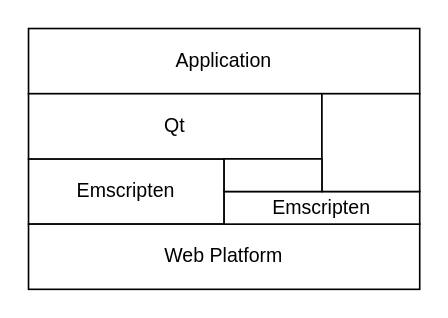
msorvig/blogs keeps this draw.io diagram as slate/qt-wasm-layers.drawio. Above is the earlier version. Source tidied: cells renumbered, new cells numbered last; positions are measured from the earlier drawing's top-left corner, leaving out a move shared by most shapes. Both pictures are drawn from the tidied source at 163%, with x=0, y=0 at pixel (28, 28).
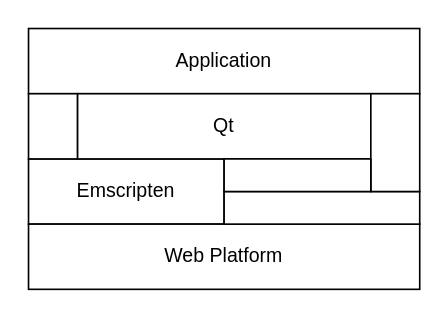
The same page after the edit.

Commit message (it also covers changes not shown here):
update layers diagram and explainer

Change to the diagram source:
```diff
@@
 <mxGraphModel>
   <root>
     <mxCell id="0" />
     <mxCell id="1" parent="0" />
     <mxCell id="2" value="Application" style="rounded=0;whiteSpace=wrap;html=1;" parent="1" vertex="1">
       <mxGeometry width="240" height="40" as="geometry" />
     </mxCell>
     <mxCell id="3" value="Emscripten" style="rounded=0;whiteSpace=wrap;html=1;" parent="1" vertex="1">
       <mxGeometry y="80" width="120" height="40" as="geometry" />
     </mxCell>
     <mxCell id="4" value="Web Platform" style="rounded=0;whiteSpace=wrap;html=1;" parent="1" vertex="1">
       <mxGeometry y="120" width="240" height="40" as="geometry" />
     </mxCell>
     <mxCell id="5" value="Qt" style="rounded=0;whiteSpace=wrap;html=1;" parent="1" vertex="1">
-      <mxGeometry y="40" width="180" height="40" as="geometry" />
+      <mxGeometry x="30" y="40" width="180" height="40" as="geometry" />
     </mxCell>
-    <mxCell id="6" value="Emscripten" style="rounded=0;whiteSpace=wrap;html=1;" parent="1" vertex="1">
+    <mxCell id="6" style="rounded=0;whiteSpace=wrap;html=1;" parent="1" vertex="1">
       <mxGeometry x="120" y="100" width="120" height="20" as="geometry" />
     </mxCell>
     <mxCell id="7" style="rounded=0;whiteSpace=wrap;html=1;" parent="1" vertex="1">
-      <mxGeometry x="180" y="40" width="60" height="60" as="geometry" />
+      <mxGeometry x="210" y="40" width="30" height="60" as="geometry" />
     </mxCell>
     <mxCell id="8" style="rounded=0;whiteSpace=wrap;html=1;" parent="1" vertex="1">
-      <mxGeometry x="120" y="80" width="60" height="20" as="geometry" />
+      <mxGeometry x="120" y="80" width="90" height="20" as="geometry" />
     </mxCell>
+    <mxCell id="9" style="rounded=0;whiteSpace=wrap;html=1;" parent="1" vertex="1">
+      <mxGeometry y="40" width="30" height="40" as="geometry" />
+    </mxCell>
   </root>
 </mxGraphModel>
```
